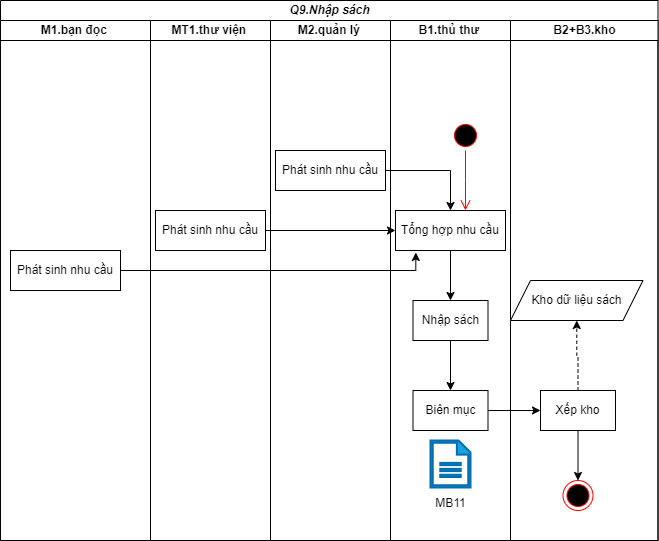
Earlier version of the draw.io export bài tap lớn/Biểu đồ hoạt động-Nhập sách.drawio.png (vqh17062001/PTTKHT). Source tidied: cells renumbered, new cells last; positions are measured from the earlier drawing's top-left corner, leaving out a move shared by most shapes.
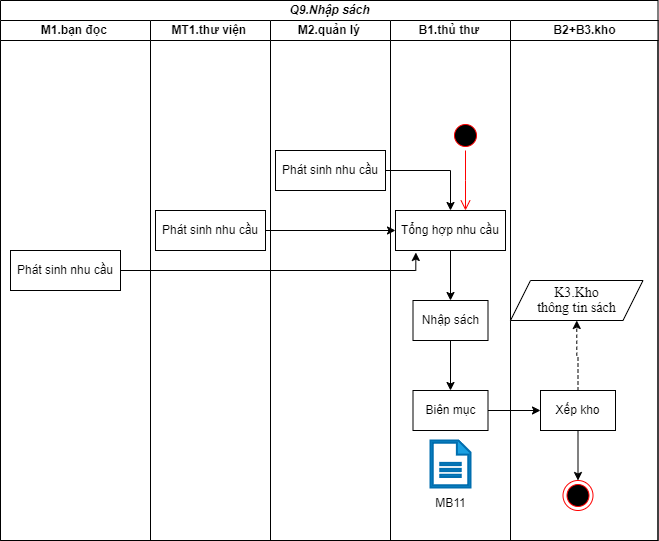
Later version of the same file.

What changed in the source:
```diff
@@ -67,7 +67,7 @@
     <mxCell id="22" style="ellipse;html=1;shape=endState;fillColor=#000000;strokeColor=#ff0000;" parent="18" vertex="1">
       <mxGeometry x="52.5" y="460" width="30" height="30" as="geometry" />
     </mxCell>
-    <mxCell id="23" value="Kho dữ liệu sách" style="shape=parallelogram;perimeter=parallelogramPerimeter;whiteSpace=wrap;html=1;fixedSize=1;" parent="18" vertex="1">
+    <mxCell id="23" value="&lt;span style=&quot;line-height: 107%; font-family: &amp;quot;Times New Roman&amp;quot;, serif;&quot; lang=&quot;VI&quot;&gt;&lt;font style=&quot;font-size: 14px;&quot;&gt;K3.Kho&lt;br/&gt;thông tin sách&lt;/font&gt;&lt;/span&gt;" style="shape=parallelogram;perimeter=parallelogramPerimeter;whiteSpace=wrap;html=1;fixedSize=1;" parent="18" vertex="1">
       <mxGeometry y="260" width="132.5" height="40" as="geometry" />
     </mxCell>
     <mxCell id="24" style="edgeStyle=orthogonalEdgeStyle;rounded=0;jettySize=auto;html=1;entryX=0.5;entryY=0;entryDx=0;entryDy=0;" parent="2" edge="1" source="8" target="11">
```
